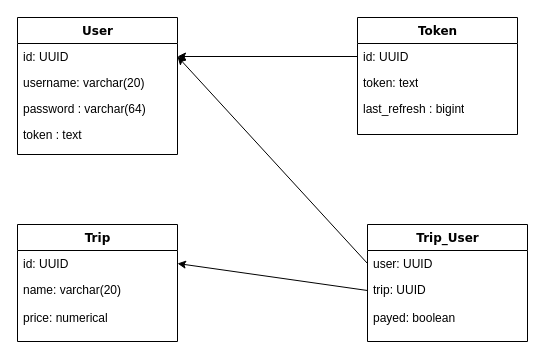
Earlier version of the draw.io diagram postgre_model_splitify.drawio (RodrigoNevesWork/Splitify). Source tidied: cells renumbered, new cells numbered last; positions are measured from the earlier drawing's top-left corner, leaving out a move shared by most shapes. Both pictures are drawn from the tidied source at 100%, with x=0, y=0 at pixel (17, 17).
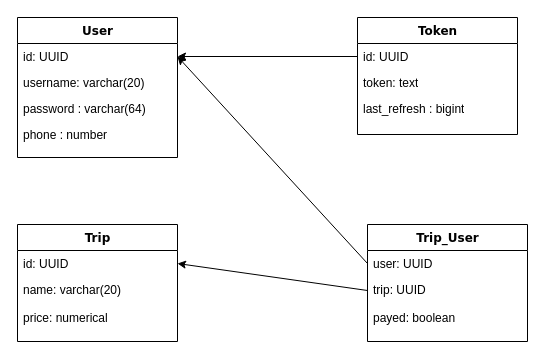
The same page after the edit.

Diff of the diagram source:
```diff
@@
     <mxCell id="2" value="User" style="swimlane;html=1;fontStyle=1;align=center;verticalAlign=top;horizontal=1;startSize=26;swimlaneFillColor=#ffffff;rounded=0;shadow=0;comic=0;labelBackgroundColor=none;strokeWidth=1;fillColor=none;fontFamily=Verdana;fontSize=12;" parent="1" vertex="1">
-      <mxGeometry width="160" height="137" as="geometry" />
+      <mxGeometry width="160" height="140" as="geometry" />
     </mxCell>
@@
-    <mxCell id="6" value="token : text" style="text;html=1;strokeColor=none;fillColor=none;align=left;verticalAlign=top;spacingLeft=4;spacingRight=4;whiteSpace=wrap;overflow=hidden;" parent="2" vertex="1">
-      <mxGeometry y="104" width="160" height="26" as="geometry" />
-    </mxCell>
+    <mxCell id="22" value="phone : number" style="text;html=1;strokeColor=none;fillColor=none;align=left;verticalAlign=top;spacingLeft=4;spacingRight=4;whiteSpace=wrap;overflow=hidden;" parent="2" vertex="1">
+      <mxGeometry y="104" width="160" height="36" as="geometry" />
+    </mxCell>
```
